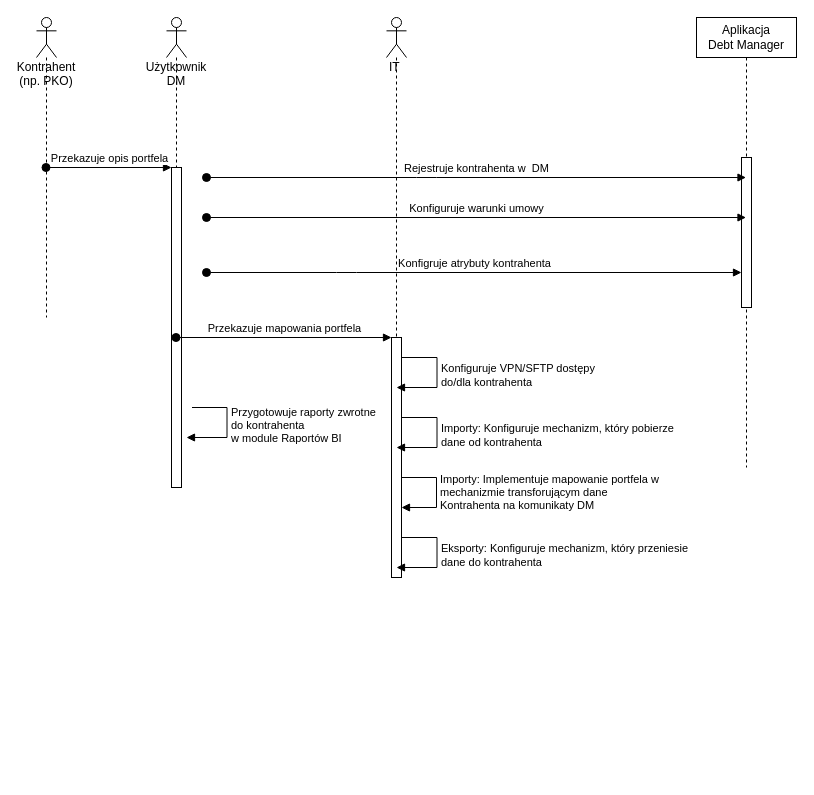
Earlier version of the draw.io diagram docs/diagrams/konfiguracja-kontrahenta.drawio (oskar-bialek-bakk/intrum-integration-api-docs). Source tidied: cells renumbered, new cells numbered last; positions are measured from the earlier drawing's top-left corner, leaving out a move shared by most shapes. Both pictures are drawn from the tidied source at 100%, with x=0, y=0 at pixel (36, 17).
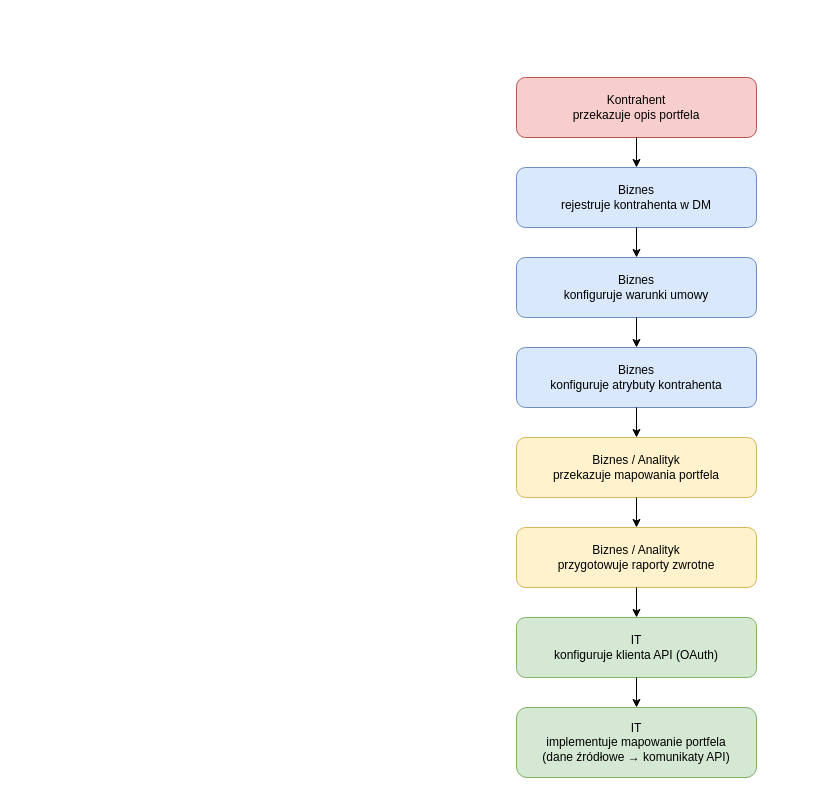
The same page after the edit.

The edit, as a diff of the source:
```diff
@@
-    <mxCell id="2" value="Kontrahent (np. PKO)" style="shape=umlLifeline;participant=umlActor;perimeter=lifelinePerimeter;whiteSpace=wrap;html=1;verticalAlign=top;spacingTop=36;outlineConnect=0;" parent="1" vertex="1">
-      <mxGeometry width="20" height="300" as="geometry" />
-    </mxCell>
-    <mxCell id="3" value="Aplikacja&lt;br&gt;Debt Manager" style="shape=umlLifeline;perimeter=lifelinePerimeter;whiteSpace=wrap;html=1;outlineConnect=0;" parent="1" vertex="1">
-      <mxGeometry x="660" width="100" height="450" as="geometry" />
-    </mxCell>
-    <mxCell id="4" style="html=1;points=[];perimeter=orthogonalPerimeter;" parent="3" vertex="1">
-      <mxGeometry x="45" y="140" width="10" height="150" as="geometry" />
-    </mxCell>
-    <mxCell id="5" value="Użytkownik DM" style="shape=umlLifeline;participant=umlActor;perimeter=lifelinePerimeter;whiteSpace=wrap;html=1;verticalAlign=top;spacingTop=36;outlineConnect=0;" parent="1" vertex="1">
-      <mxGeometry x="130" width="20" height="470" as="geometry" />
-    </mxCell>
-    <mxCell id="6" style="html=1;points=[];perimeter=orthogonalPerimeter;" parent="5" vertex="1">
-      <mxGeometry x="5" y="150" width="10" height="320" as="geometry" />
-    </mxCell>
-    <mxCell id="7" value="IT&amp;nbsp;" style="shape=umlLifeline;participant=umlActor;perimeter=lifelinePerimeter;whiteSpace=wrap;html=1;verticalAlign=top;spacingTop=36;" parent="1" vertex="1">
-      <mxGeometry x="350" width="20" height="560" as="geometry" />
-    </mxCell>
-    <mxCell id="8" style="html=1;points=[];perimeter=orthogonalPerimeter;" parent="7" vertex="1">
-      <mxGeometry x="5" y="320" width="10" height="240" as="geometry" />
-    </mxCell>
-    <mxCell id="9" value="Przekazuje opis portfela" style="html=1;verticalAlign=bottom;startArrow=oval;endArrow=block;startSize=8;" parent="1" edge="1" source="2" target="6">
-      <mxGeometry relative="1" as="geometry" />
-    </mxCell>
-    <mxCell id="10" value="Rejestruje kontrahenta w&amp;nbsp; DM" style="html=1;verticalAlign=bottom;startArrow=oval;endArrow=block;startSize=8;" parent="1" edge="1" target="3">
-      <mxGeometry relative="1" as="geometry">
-        <mxPoint x="170" y="160" as="sourcePoint" />
-        <Array as="points">
-          <mxPoint x="390" y="160" />
-        </Array>
-      </mxGeometry>
-    </mxCell>
-    <mxCell id="11" value="Konfigruje atrybuty kontrahenta" style="html=1;verticalAlign=bottom;startArrow=oval;endArrow=block;startSize=8;" parent="1" edge="1" target="4">
-      <mxGeometry relative="1" as="geometry">
-        <mxPoint x="170" y="255" as="sourcePoint" />
-        <Array as="points">
-          <mxPoint x="310" y="255" />
-        </Array>
-      </mxGeometry>
-    </mxCell>
-    <mxCell id="12" value="Konfiguruje warunki umowy" style="html=1;verticalAlign=bottom;startArrow=oval;endArrow=block;startSize=8;" parent="1" edge="1" target="3">
-      <mxGeometry relative="1" as="geometry">
-        <mxPoint x="170" y="200" as="sourcePoint" />
-      </mxGeometry>
-    </mxCell>
-    <mxCell id="13" value="Przekazuje mapowania portfela" style="html=1;verticalAlign=bottom;startArrow=oval;endArrow=block;startSize=8;" parent="1" edge="1" source="5" target="8">
-      <mxGeometry relative="1" as="geometry" />
-    </mxCell>
-    <mxCell id="14" value="Konfiguruje VPN/SFTP dostępy&lt;br&gt;do/dla kontrahenta" style="edgeStyle=orthogonalEdgeStyle;html=1;align=left;spacingLeft=2;endArrow=block;rounded=0;" parent="1" edge="1">
-      <mxGeometry relative="1" as="geometry">
-        <mxPoint x="365.5" y="340" as="sourcePoint" />
-        <mxPoint x="360" y="370" as="targetPoint" />
-        <Array as="points">
-          <mxPoint x="400.5" y="340" />
-          <mxPoint x="400.5" y="370" />
-        </Array>
-      </mxGeometry>
-    </mxCell>
-    <mxCell id="15" value="Importy: Konfiguruje mechanizm, który pobierze&lt;br&gt;dane od kontrahenta" style="edgeStyle=orthogonalEdgeStyle;html=1;align=left;spacingLeft=2;endArrow=block;rounded=0;" parent="1" edge="1">
-      <mxGeometry relative="1" as="geometry">
-        <mxPoint x="365.5" y="400" as="sourcePoint" />
-        <mxPoint x="360" y="430" as="targetPoint" />
-        <Array as="points">
-          <mxPoint x="400.5" y="400" />
-          <mxPoint x="400.5" y="430" />
-        </Array>
-      </mxGeometry>
-    </mxCell>
-    <mxCell id="16" value="Importy: Implementuje mapowanie portfela w &lt;br&gt;mechanizmie transforującym dane &lt;br&gt;Kontrahenta na komunikaty DM&amp;nbsp;" style="edgeStyle=orthogonalEdgeStyle;html=1;align=left;spacingLeft=2;endArrow=block;rounded=0;" parent="1" edge="1">
-      <mxGeometry relative="1" as="geometry">
-        <mxPoint x="365" y="460" as="sourcePoint" />
-        <mxPoint x="365" y="490" as="targetPoint" />
-        <Array as="points">
-          <mxPoint x="400" y="460" />
-          <mxPoint x="400" y="490" />
-        </Array>
-      </mxGeometry>
-    </mxCell>
-    <mxCell id="17" value="Eksporty: Konfiguruje mechanizm, który przeniesie &lt;br&gt;dane do kontrahenta" style="edgeStyle=orthogonalEdgeStyle;html=1;align=left;spacingLeft=2;endArrow=block;rounded=0;" parent="1" edge="1">
-      <mxGeometry relative="1" as="geometry">
-        <mxPoint x="365.5" y="520" as="sourcePoint" />
-        <mxPoint x="360" y="550" as="targetPoint" />
-        <Array as="points">
-          <mxPoint x="400.5" y="520" />
-          <mxPoint x="400.5" y="550" />
-        </Array>
-      </mxGeometry>
-    </mxCell>
-    <mxCell id="18" value="Przygotowuje raporty zwrotne &lt;br&gt;do kontrahenta &lt;br&gt;w module Raportów BI&amp;nbsp;" style="edgeStyle=orthogonalEdgeStyle;html=1;align=left;spacingLeft=2;endArrow=block;rounded=0;" parent="1" edge="1">
-      <mxGeometry relative="1" as="geometry">
-        <mxPoint x="155.5" y="390" as="sourcePoint" />
-        <mxPoint x="150" y="420" as="targetPoint" />
-        <Array as="points">
-          <mxPoint x="190.5" y="390" />
-          <mxPoint x="190.5" y="420" />
-        </Array>
-      </mxGeometry>
-    </mxCell>
+    <mxCell id="19" value="Kontrahent&#10;przekazuje opis portfela" style="rounded=1;whiteSpace=wrap;html=1;fillColor=#f8cecc;strokeColor=#b85450;" parent="1" vertex="1">
+      <mxGeometry x="480" y="60" width="240" height="60" as="geometry" />
+    </mxCell>
+    <mxCell id="20" value="Biznes&#10;rejestruje kontrahenta w DM" style="rounded=1;whiteSpace=wrap;html=1;fillColor=#dae8fc;strokeColor=#6c8ebf;" parent="1" vertex="1">
+      <mxGeometry x="480" y="150" width="240" height="60" as="geometry" />
+    </mxCell>
+    <mxCell id="21" value="Biznes&#10;konfiguruje warunki umowy" style="rounded=1;whiteSpace=wrap;html=1;fillColor=#dae8fc;strokeColor=#6c8ebf;" parent="1" vertex="1">
+      <mxGeometry x="480" y="240" width="240" height="60" as="geometry" />
+    </mxCell>
+    <mxCell id="22" value="Biznes&#10;konfiguruje atrybuty kontrahenta" style="rounded=1;whiteSpace=wrap;html=1;fillColor=#dae8fc;strokeColor=#6c8ebf;" parent="1" vertex="1">
+      <mxGeometry x="480" y="330" width="240" height="60" as="geometry" />
+    </mxCell>
+    <mxCell id="23" value="Biznes / Analityk&#10;przekazuje mapowania portfela" style="rounded=1;whiteSpace=wrap;html=1;fillColor=#fff2cc;strokeColor=#d6b656;" parent="1" vertex="1">
+      <mxGeometry x="480" y="420" width="240" height="60" as="geometry" />
+    </mxCell>
+    <mxCell id="24" value="Biznes / Analityk&#10;przygotowuje raporty zwrotne" style="rounded=1;whiteSpace=wrap;html=1;fillColor=#fff2cc;strokeColor=#d6b656;" parent="1" vertex="1">
+      <mxGeometry x="480" y="510" width="240" height="60" as="geometry" />
+    </mxCell>
+    <mxCell id="25" value="IT&#10;konfiguruje klienta API (OAuth)" style="rounded=1;whiteSpace=wrap;html=1;fillColor=#d5e8d4;strokeColor=#82b366;" parent="1" vertex="1">
+      <mxGeometry x="480" y="600" width="240" height="60" as="geometry" />
+    </mxCell>
+    <mxCell id="26" value="IT&#10;implementuje mapowanie portfela&#10;(dane źródłowe → komunikaty API)" style="rounded=1;whiteSpace=wrap;html=1;fillColor=#d5e8d4;strokeColor=#82b366;" parent="1" vertex="1">
+      <mxGeometry x="480" y="690" width="240" height="70" as="geometry" />
+    </mxCell>
+    <mxCell id="27" style="endArrow=classic;html=1;" parent="1" edge="1" source="19" target="20">
+      <mxGeometry relative="1" as="geometry" />
+    </mxCell>
+    <mxCell id="28" style="endArrow=classic;html=1;" parent="1" edge="1" source="20" target="21">
+      <mxGeometry relative="1" as="geometry" />
+    </mxCell>
+    <mxCell id="29" style="endArrow=classic;html=1;" parent="1" edge="1" source="21" target="22">
+      <mxGeometry relative="1" as="geometry" />
+    </mxCell>
+    <mxCell id="30" style="endArrow=classic;html=1;" parent="1" edge="1" source="22" target="23">
+      <mxGeometry relative="1" as="geometry" />
+    </mxCell>
+    <mxCell id="31" style="endArrow=classic;html=1;" parent="1" edge="1" source="23" target="24">
+      <mxGeometry relative="1" as="geometry" />
+    </mxCell>
+    <mxCell id="32" style="endArrow=classic;html=1;" parent="1" edge="1" source="24" target="25">
+      <mxGeometry relative="1" as="geometry" />
+    </mxCell>
+    <mxCell id="33" style="endArrow=classic;html=1;" parent="1" edge="1" source="25" target="26">
+      <mxGeometry relative="1" as="geometry" />
+    </mxCell>
```
